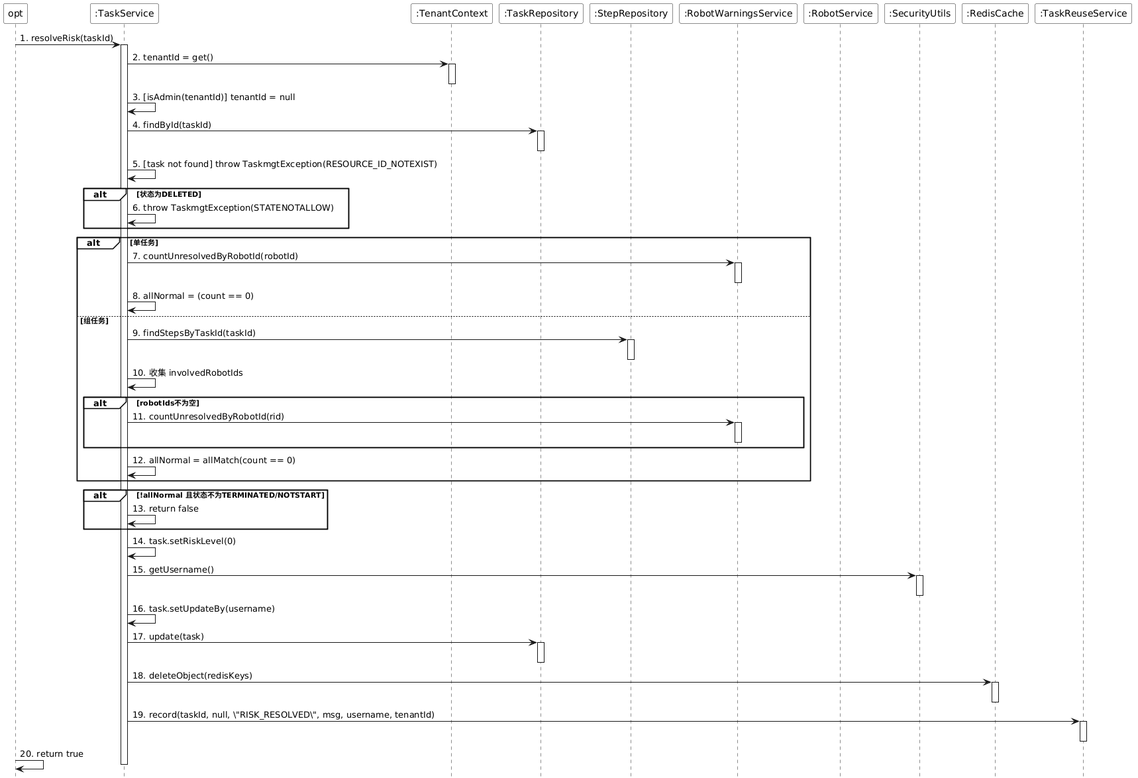
The PlantUML diagram doc/taskmgt/png/sequence/resolveTaskRiskSequence.png in laborday922/RobotBackendManagementSystem, before a commit.
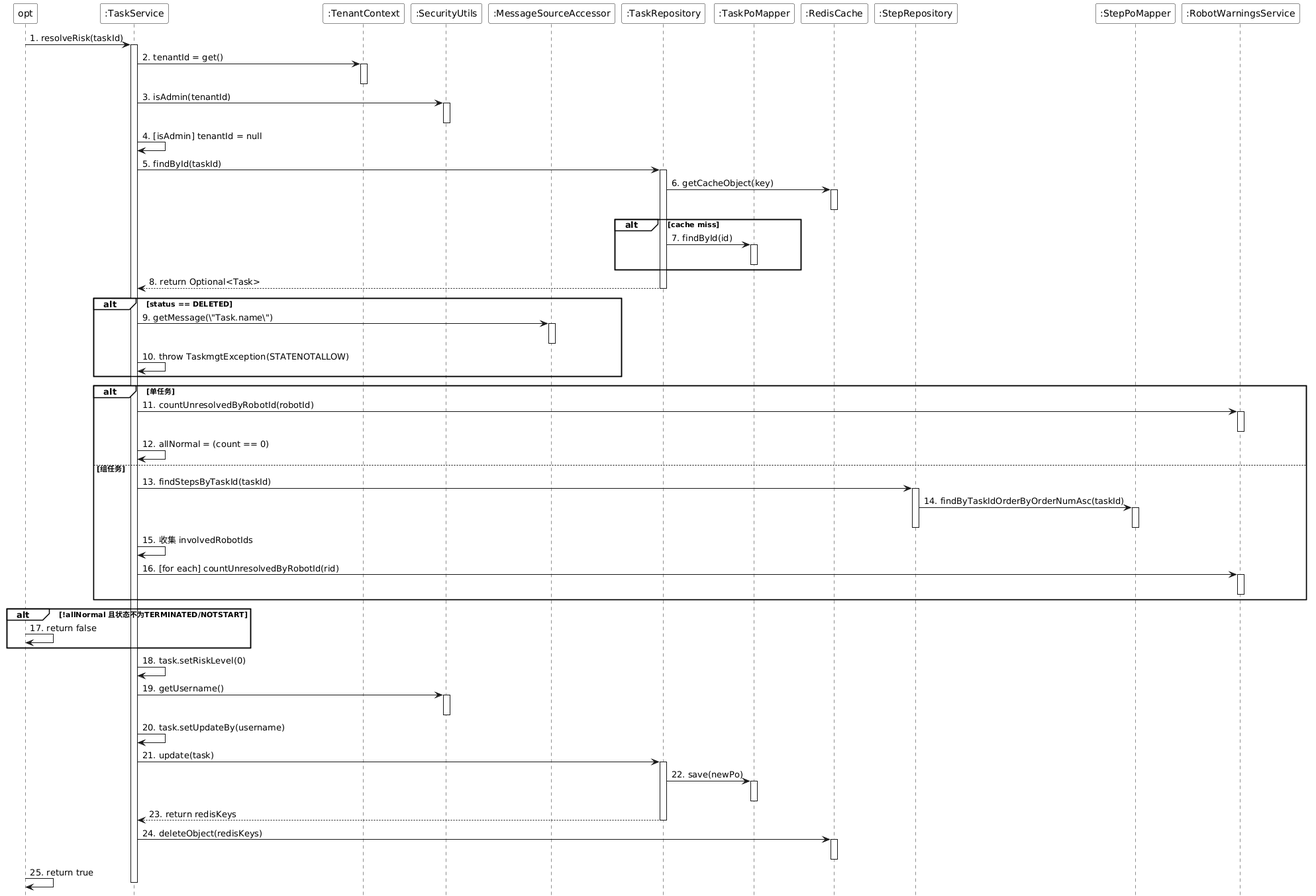
The same file after the commit.

Change to the diagram source:
```diff
@@ -11,13 +11,14 @@
 participant "opt" as opt
 participant ":TaskService" as TaskService
 participant ":TenantContext" as TenantContext
+participant ":SecurityUtils" as SecurityUtils
+participant ":MessageSourceAccessor" as MessageSource
 participant ":TaskRepository" as TaskRepository
+participant ":TaskPoMapper" as TaskPoMapper
+participant ":RedisCache" as RedisCache
 participant ":StepRepository" as StepRepository
+participant ":StepPoMapper" as StepPoMapper
 participant ":RobotWarningsService" as RobotWarningsService
-participant ":RobotService" as RobotService
-participant ":SecurityUtils" as SecurityUtils
-participant ":RedisCache" as RedisCache
-participant ":TaskReuseService" as TaskReuseService
 
 opt -> TaskService : 1. resolveRisk(taskId)
 activate TaskService
@@ -25,59 +26,71 @@
 TaskService -> TenantContext : 2. tenantId = get()
 activate TenantContext
 deactivate TenantContext
-TaskService -> TaskService : 3. [isAdmin(tenantId)] tenantId = null
+TaskService -> SecurityUtils : 3. isAdmin(tenantId)
+activate SecurityUtils
+deactivate SecurityUtils
+TaskService -> TaskService : 4. [isAdmin] tenantId = null
 
-TaskService -> TaskRepository : 4. findById(taskId)
+TaskService -> TaskRepository : 5. findById(taskId)
 activate TaskRepository
+TaskRepository -> RedisCache : 6. getCacheObject(key)
+activate RedisCache
+deactivate RedisCache
+alt cache miss
+    TaskRepository -> TaskPoMapper : 7. findById(id)
+    activate TaskPoMapper
+    deactivate TaskPoMapper
+end
+TaskRepository --> TaskService : 8. return Optional<Task>
 deactivate TaskRepository
 
-TaskService -> TaskService : 5. [task not found] throw TaskmgtException(RESOURCE_ID_NOTEXIST)
-
-alt 状态为DELETED
-    TaskService -> TaskService : 6. throw TaskmgtException(STATENOTALLOW)
+alt status == DELETED
+    TaskService -> MessageSource : 9. getMessage(\"Task.name\")
+    activate MessageSource
+    deactivate MessageSource
+    TaskService -> TaskService : 10. throw TaskmgtException(STATENOTALLOW)
 end
 
 alt 单任务
-    TaskService -> RobotWarningsService : 7. countUnresolvedByRobotId(robotId)
+    TaskService -> RobotWarningsService : 11. countUnresolvedByRobotId(robotId)
     activate RobotWarningsService
     deactivate RobotWarningsService
-    TaskService -> TaskService : 8. allNormal = (count == 0)
+    TaskService -> TaskService : 12. allNormal = (count == 0)
 else 组任务
-    TaskService -> StepRepository : 9. findStepsByTaskId(taskId)
+    TaskService -> StepRepository : 13. findStepsByTaskId(taskId)
     activate StepRepository
+    StepRepository -> StepPoMapper : 14. findByTaskIdOrderByOrderNumAsc(taskId)
+    activate StepPoMapper
+    deactivate StepPoMapper
     deactivate StepRepository
-    TaskService -> TaskService : 10. 收集 involvedRobotIds
-    alt robotIds不为空
-        TaskService -> RobotWarningsService : 11. countUnresolvedByRobotId(rid)
-        activate RobotWarningsService
-        deactivate RobotWarningsService
-    end
-    TaskService -> TaskService : 12. allNormal = allMatch(count == 0)
+    TaskService -> TaskService : 15. 收集 involvedRobotIds
+    TaskService -> RobotWarningsService : 16. [for each] countUnresolvedByRobotId(rid)
+    activate RobotWarningsService
+    deactivate RobotWarningsService
 end
 
 alt !allNormal 且状态不为TERMINATED/NOTSTART
-    TaskService -> TaskService : 13. return false
+    opt -> opt : 17. return false
 end
 
-TaskService -> TaskService : 14. task.setRiskLevel(0)
-TaskService -> SecurityUtils : 15. getUsername()
+TaskService -> TaskService : 18. task.setRiskLevel(0)
+TaskService -> SecurityUtils : 19. getUsername()
 activate SecurityUtils
 deactivate SecurityUtils
-TaskService -> TaskService : 16. task.setUpdateBy(username)
+TaskService -> TaskService : 20. task.setUpdateBy(username)
 
-TaskService -> TaskRepository : 17. update(task)
+TaskService -> TaskRepository : 21. update(task)
 activate TaskRepository
+TaskRepository -> TaskPoMapper : 22. save(newPo)
+activate TaskPoMapper
+deactivate TaskPoMapper
+TaskRepository --> TaskService : 23. return redisKeys
 deactivate TaskRepository
 
-TaskService -> RedisCache : 18. deleteObject(redisKeys)
+TaskService -> RedisCache : 24. deleteObject(redisKeys)
 activate RedisCache
 deactivate RedisCache
 
-TaskService -> TaskReuseService : 19. record(taskId, null, \"RISK_RESOLVED\", msg, username, tenantId)
-activate TaskReuseService
-deactivate TaskReuseService
-
-opt -> opt : 20. return true
-
+opt -> opt : 25. return true
 deactivate TaskService
 @enduml
```
